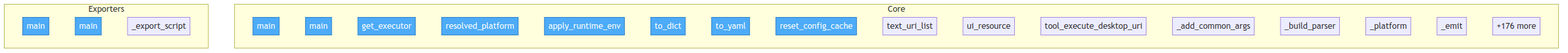
The Mermaid diagram project/flow.png in semcod/nlp2uri, before a commit. Its source is kept beside it as project/flow.mmd.
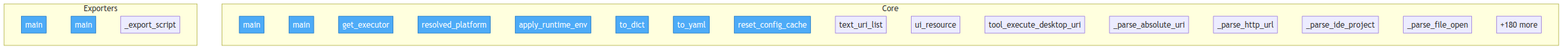
The same file after the commit.

Change to the diagram source:
```diff
@@ -14,11 +14,11 @@
         src__nlp2uri__mcp__text_uri_list["text_uri_list"]
         src__nlp2uri__mcp__ui_resource["ui_resource"]
         src__nlp2uri__mcp__tool_execute_desktop_uri["tool_execute_desktop_uri"]
-        src__nlp2uri__cli___add_common_args["_add_common_args"]
-        src__nlp2uri__cli___build_parser["_build_parser"]
-        src__nlp2uri__cli___platform["_platform"]
-        src__nlp2uri__cli___emit["_emit"]
-        ...["+176 more"]
+        src__nlp2uri__parse_nl___parse_absolute_uri["_parse_absolute_uri"]
+        src__nlp2uri__parse_nl___parse_http_url["_parse_http_url"]
+        src__nlp2uri__parse_nl___parse_ide_project["_parse_ide_project"]
+        src__nlp2uri__parse_nl___parse_file_open["_parse_file_open"]
+        ...["+180 more"]
     end
 
     subgraph Exporters
```
